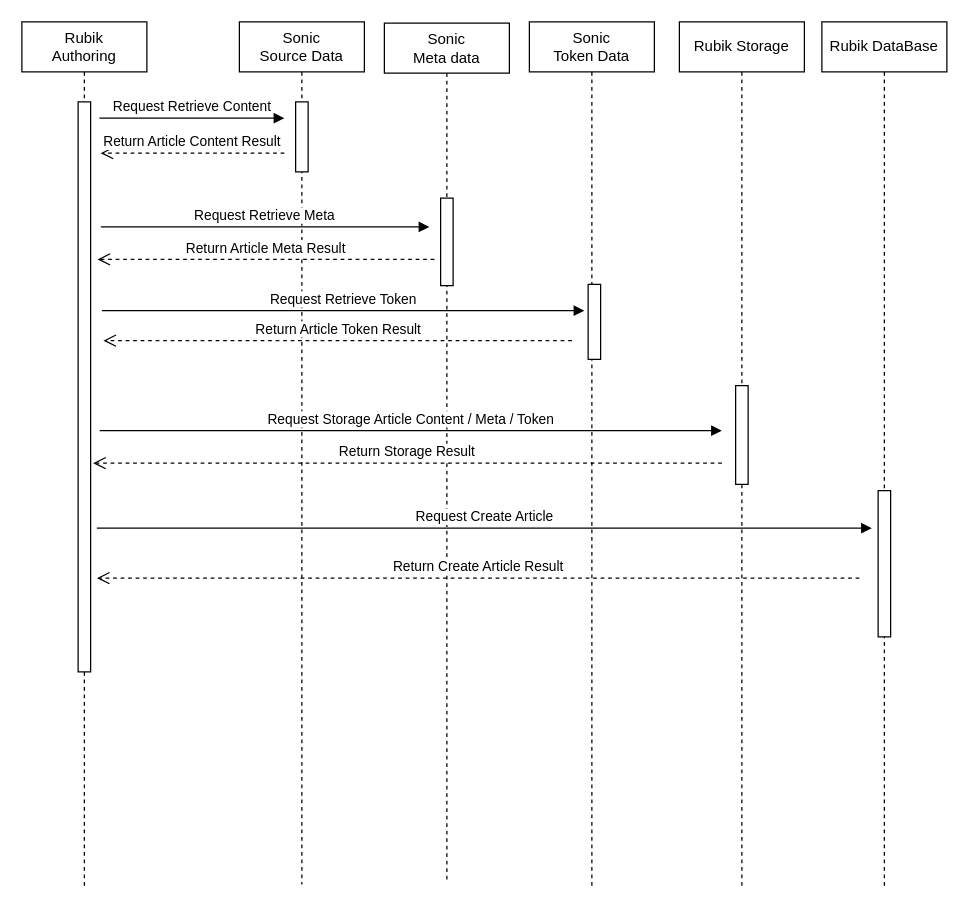
The draw.io diagram page "Page-15" (15 of 15) of 2.drawio in hy986/Repo_0110, before the edit. Source tidied: cells renumbered, new cells numbered last; positions are measured from the earlier drawing's top-left corner, leaving out a move shared by most shapes. Both pictures are drawn from the tidied source at 125%, with x=0, y=0 at pixel (21, 21).
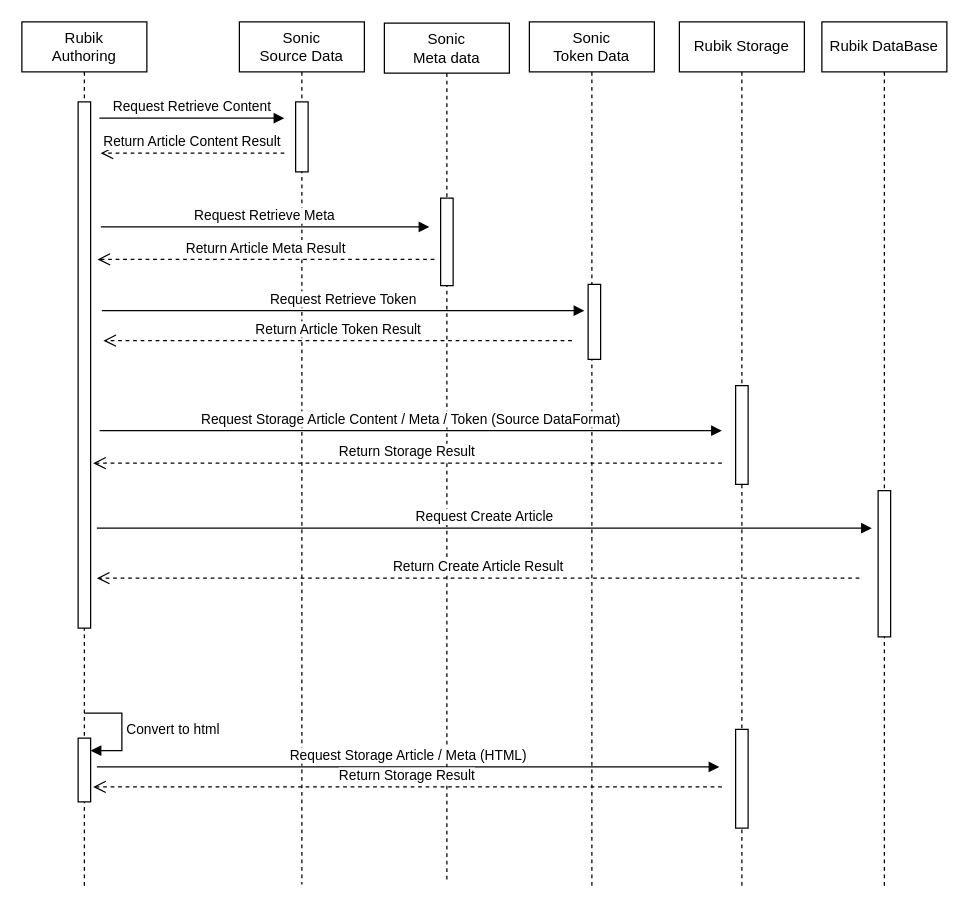
The same diagram, later.

Unchanged cells that the change refers to:
```xml
<mxCell id="2" value="Rubik&lt;br&gt;Authoring" style="shape=umlLifeline;perimeter=lifelinePerimeter;whiteSpace=wrap;html=1;newEdgeStyle={&quot;edgeStyle&quot;:&quot;elbowEdgeStyle&quot;,&quot;elbow&quot;:&quot;vertical&quot;,&quot;curved&quot;:0,&quot;rounded&quot;:0};" parent="1" vertex="1">
  <mxGeometry width="100" height="691" as="geometry" />
</mxCell>
<mxCell id="8" value="Rubik Storage" style="shape=umlLifeline;perimeter=lifelinePerimeter;whiteSpace=wrap;html=1;newEdgeStyle={&quot;edgeStyle&quot;:&quot;elbowEdgeStyle&quot;,&quot;elbow&quot;:&quot;vertical&quot;,&quot;curved&quot;:0,&quot;rounded&quot;:0};" parent="1" vertex="1">
  <mxGeometry x="526" width="100" height="693" as="geometry" />
</mxCell>
```

The edit, as a diff of the source:
```diff
@@
     <mxCell id="3" style="html=1;perimeter=orthogonalPerimeter;targetShapes=umlLifeline;newEdgeStyle={&quot;curved&quot;:0,&quot;rounded&quot;:0};" parent="2" vertex="1">
-      <mxGeometry x="45" y="64" width="10" height="456" as="geometry" />
+      <mxGeometry x="45" y="64" width="10" height="421" as="geometry" />
     </mxCell>
+    <mxCell id="24" style="html=1;points=[[0,0,0,0,5],[0,1,0,0,-5],[1,0,0,0,5],[1,1,0,0,-5]];perimeter=orthogonalPerimeter;outlineConnect=0;targetShapes=umlLifeline;portConstraint=eastwest;newEdgeStyle={&quot;curved&quot;:0,&quot;rounded&quot;:0};" parent="2" vertex="1">
+      <mxGeometry x="45" y="573" width="10" height="51" as="geometry" />
+    </mxCell>
+    <mxCell id="25" value="Convert to html" style="html=1;align=left;spacingLeft=2;endArrow=block;rounded=0;edgeStyle=orthogonalEdgeStyle;curved=0;rounded=0;" parent="2" edge="1" target="24">
+      <mxGeometry relative="1" as="geometry">
+        <mxPoint x="50" y="553" as="sourcePoint" />
+        <Array as="points">
+          <mxPoint x="80" y="583" />
+        </Array>
+      </mxGeometry>
+    </mxCell>
@@
+    <mxCell id="26" style="html=1;perimeter=orthogonalPerimeter;targetShapes=umlLifeline;newEdgeStyle={&quot;curved&quot;:0,&quot;rounded&quot;:0};" parent="8" vertex="1">
+      <mxGeometry x="45" y="566" width="10" height="79" as="geometry" />
+    </mxCell>
@@
-    <mxCell id="18" value="Request Storage Article Content / Meta / Token" style="html=1;verticalAlign=bottom;endArrow=block;curved=0;rounded=0;" parent="1" edge="1">
+    <mxCell id="18" value="Request Storage Article Content / Meta / Token (Source DataFormat)" style="html=1;verticalAlign=bottom;endArrow=block;curved=0;rounded=0;" parent="1" edge="1">
       <mxGeometry relative="1" as="geometry">
         <mxPoint x="62.2" y="327" as="sourcePoint" />
         <mxPoint x="560" y="327" as="targetPoint" />
       </mxGeometry>
     </mxCell>
@@
+    <mxCell id="27" value="Request Storage Article / Meta (HTML)" style="html=1;verticalAlign=bottom;endArrow=block;curved=0;rounded=0;" parent="1" edge="1">
+      <mxGeometry relative="1" as="geometry">
+        <mxPoint x="60" y="596" as="sourcePoint" />
+        <mxPoint x="558" y="596" as="targetPoint" />
+      </mxGeometry>
+    </mxCell>
+    <mxCell id="28" value="Return Storage Result" style="html=1;verticalAlign=bottom;endArrow=open;dashed=1;endSize=8;curved=0;rounded=0;" parent="1" edge="1">
+      <mxGeometry relative="1" as="geometry">
+        <mxPoint x="560" y="612" as="sourcePoint" />
+        <mxPoint x="57" y="612" as="targetPoint" />
+      </mxGeometry>
+    </mxCell>
```
